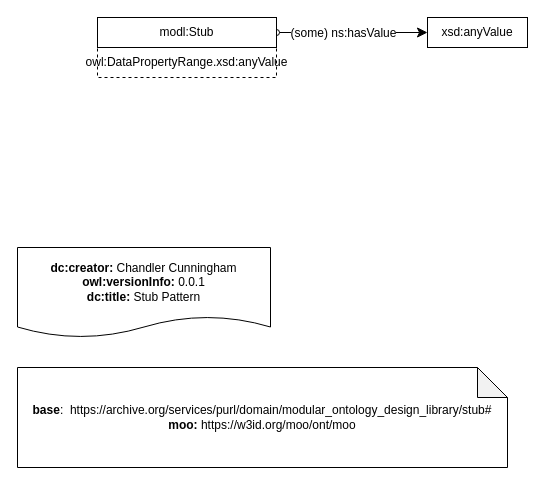
This is Drawio Patterns/stub.drawio from nd-crane/Drawio-experiments, a draw.io file, before an edit. Source tidied: cells renumbered, new cells numbered last; positions are measured from the earlier drawing's top-left corner, leaving out a move shared by most shapes. Both pictures are drawn from the tidied source at 100%, with x=0, y=0 at pixel (17, 17).
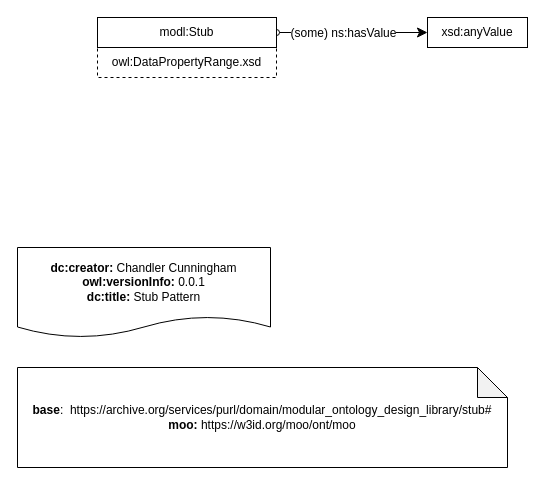
After the change.

The edit, as a diff of the source:
```diff
@@
 <mxGraphModel>
   <root>
     <mxCell id="0" />
     <mxCell id="1" parent="0" />
     <mxCell id="2" value="&lt;div&gt;&lt;div&gt;&lt;b&gt;base&lt;/b&gt;:&amp;nbsp;&amp;nbsp;https://archive.org/services/purl/domain/modular_ontology_design_library/stub#&lt;/div&gt;&lt;div&gt;&lt;b&gt;moo:&lt;/b&gt;&amp;nbsp;https://w3id.org/moo/ont/moo&lt;/div&gt;&lt;/div&gt;" style="shape=note;whiteSpace=wrap;html=1;backgroundOutline=1;darkOpacity=0.05;" parent="1" vertex="1">
       <mxGeometry y="350" width="490" height="100" as="geometry" />
     </mxCell>
     <mxCell id="3" value="&lt;div&gt;&lt;b&gt;dc:creator:&lt;/b&gt;&amp;nbsp;Chandler Cunningham&lt;/div&gt;&lt;div&gt;&lt;b&gt;owl:versionInfo:&lt;/b&gt; 0.0.1&lt;/div&gt;&lt;div&gt;&lt;b&gt;dc:title:&lt;/b&gt; Stub Pattern&lt;/div&gt;" style="shape=document;whiteSpace=wrap;html=1;boundedLbl=1;labelBackgroundColor=#ffffff;strokeColor=#000000;fontSize=12;fontColor=#000000;size=0.23333333333333334;" parent="1" vertex="1">
       <mxGeometry y="230" width="253" height="90" as="geometry" />
     </mxCell>
     <mxCell id="4" value="xsd:anyValue" style="rounded=0;whiteSpace=wrap;html=1;snapToPoint=1;points=[[0.1,0],[0.2,0],[0.3,0],[0.4,0],[0.5,0],[0.6,0],[0.7,0],[0.8,0],[0.9,0],[0,0.1],[0,0.3],[0,0.5],[0,0.7],[0,0.9],[0.1,1],[0.2,1],[0.3,1],[0.4,1],[0.5,1],[0.6,1],[0.7,1],[0.8,1],[0.9,1],[1,0.1],[1,0.3],[1,0.5],[1,0.7],[1,0.9]];" parent="1" vertex="1">
       <mxGeometry x="410" width="100" height="30" as="geometry" />
     </mxCell>
     <mxCell id="5" style="endArrow=classic;html=1;exitX=1;exitY=0.5;exitDx=0;exitDy=0;entryX=0;entryY=0.5;entryDx=0;entryDy=0;endSize=8;startArrow=oval;startFill=0;arcSize=0;" parent="1" edge="1" source="8" target="4">
       <mxGeometry relative="1" as="geometry" />
     </mxCell>
     <mxCell id="6" value="(some) ns:hasValue" style="text;html=1;align=center;verticalAlign=middle;labelBackgroundColor=#ffffff;" parent="5" vertex="1">
       <mxGeometry x="-0.13" relative="1" as="geometry" />
     </mxCell>
-    <mxCell id="7" value="owl:DataPropertyRange.xsd:anyValue" style="rounded=0;whiteSpace=wrap;html=1;dashed=1;" parent="1" vertex="1">
+    <mxCell id="7" value="owl:DataPropertyRange.xsd" style="rounded=0;whiteSpace=wrap;html=1;dashed=1;" parent="1" vertex="1">
       <mxGeometry x="80" y="30" width="179" height="30" as="geometry" />
     </mxCell>
     <mxCell id="8" value="modl:Stub" style="rounded=0;whiteSpace=wrap;html=1;snapToPoint=1;points=[[0.1,0],[0.2,0],[0.3,0],[0.4,0],[0.5,0],[0.6,0],[0.7,0],[0.8,0],[0.9,0],[0,0.1],[0,0.3],[0,0.5],[0,0.7],[0,0.9],[0.1,1],[0.2,1],[0.3,1],[0.4,1],[0.5,1],[0.6,1],[0.7,1],[0.8,1],[0.9,1],[1,0.1],[1,0.3],[1,0.5],[1,0.7],[1,0.9]];" parent="1" vertex="1">
       <mxGeometry x="80" width="179" height="30" as="geometry" />
     </mxCell>
   </root>
 </mxGraphModel>
```
